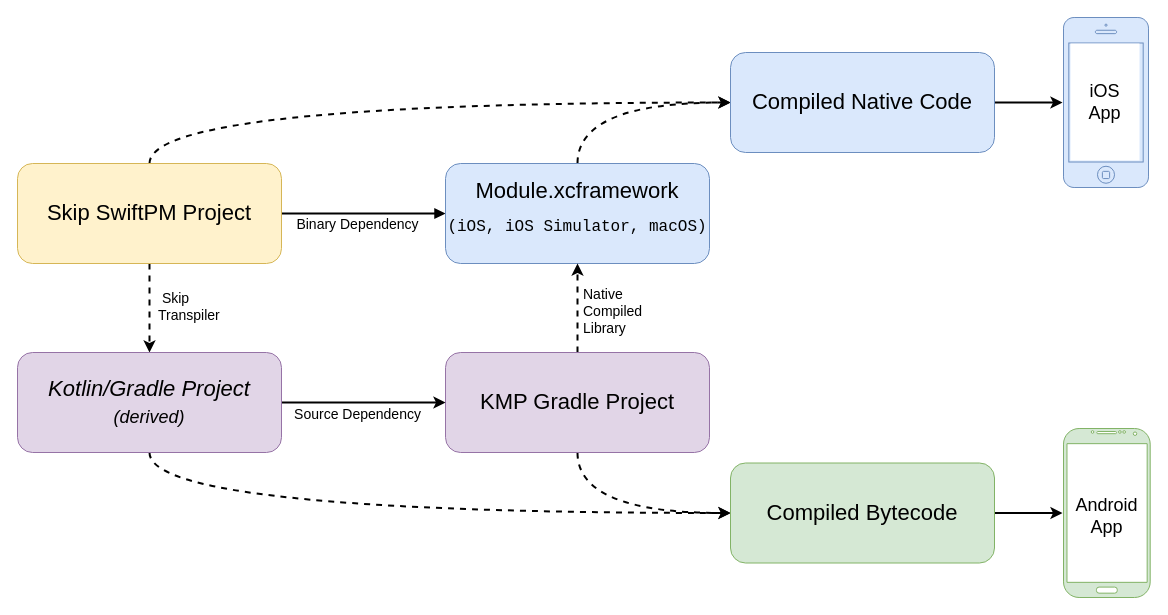
Before: page "kmp" (7 of 10) of diagrams/skip-diagrams.drawio in skiptools/assets.skip.tools, a draw.io diagram. Source tidied: cells renumbered, new cells numbered last; positions are measured from the earlier drawing's top-left corner, leaving out a move shared by most shapes. Both pictures are drawn from the tidied source at 100%, with x=0, y=0 at pixel (17, 17).
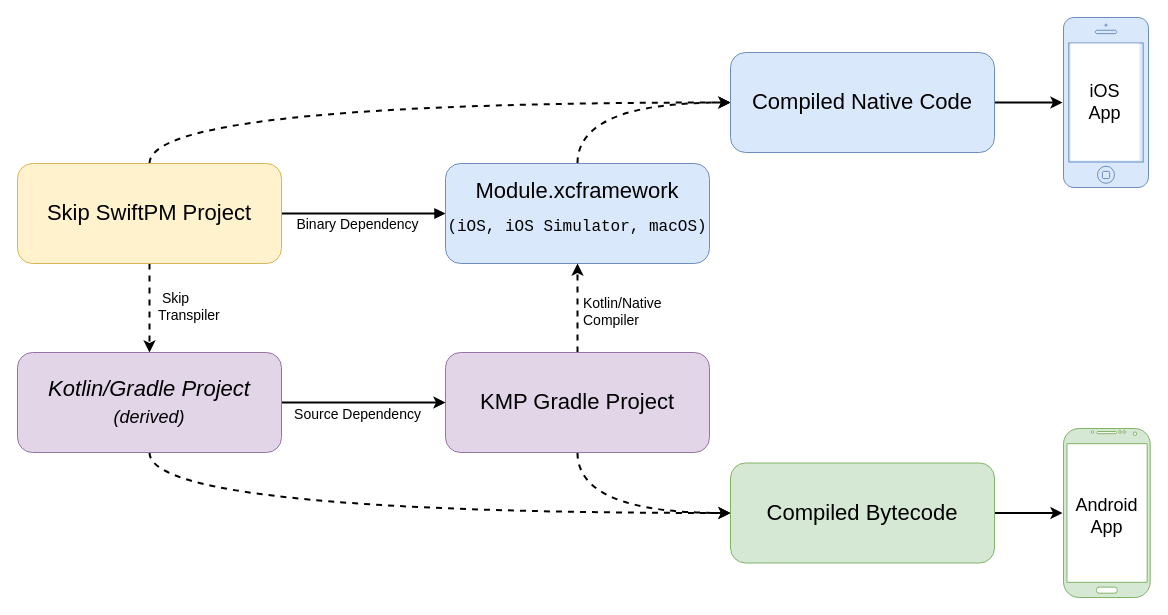
Above is the later version.

The change refers to these unchanged cells:
```xml
<mxCell id="10" style="edgeStyle=orthogonalEdgeStyle;rounded=0;jettySize=auto;html=1;exitX=0.5;exitY=0;exitDx=0;exitDy=0;entryX=0.5;entryY=1;entryDx=0;entryDy=0;fontStyle=0;strokeWidth=2;dashed=1;" parent="1" edge="1" source="13" target="9">
  <mxGeometry relative="1" as="geometry" />
</mxCell>
```

What changed in the source:
```diff
@@
-    <mxCell id="11" value="Native&lt;div&gt;Compiled&lt;/div&gt;&lt;div&gt;Library&lt;/div&gt;" style="edgeLabel;html=1;align=left;verticalAlign=middle;fontSize=14;" parent="10" vertex="1">
+    <mxCell id="11" value="Kotlin/Native&lt;div&gt;Compiler&lt;/div&gt;" style="edgeLabel;html=1;align=left;verticalAlign=middle;fontSize=14;" parent="10" vertex="1">
       <mxGeometry x="-0.04" y="-1" relative="1" as="geometry">
         <mxPoint x="3" y="1" as="offset" />
       </mxGeometry>
     </mxCell>
```
